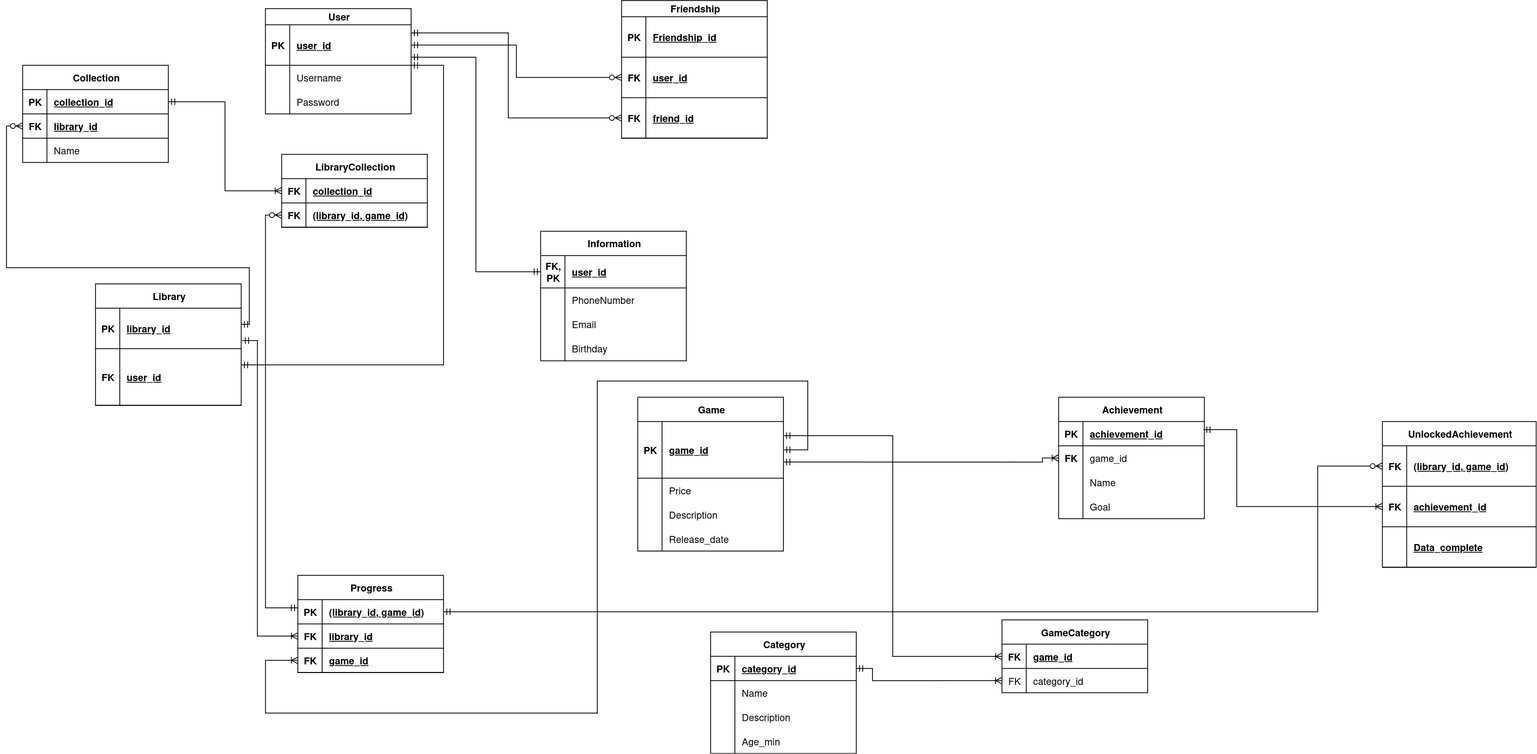
Above: CrowDiagram/ER_crow.png in Tr1ggerbtw/KPI- (draw.io), before the change. Source tidied: cells renumbered, new cells last; positions are measured from the earlier drawing's top-left corner, leaving out a move shared by most shapes.
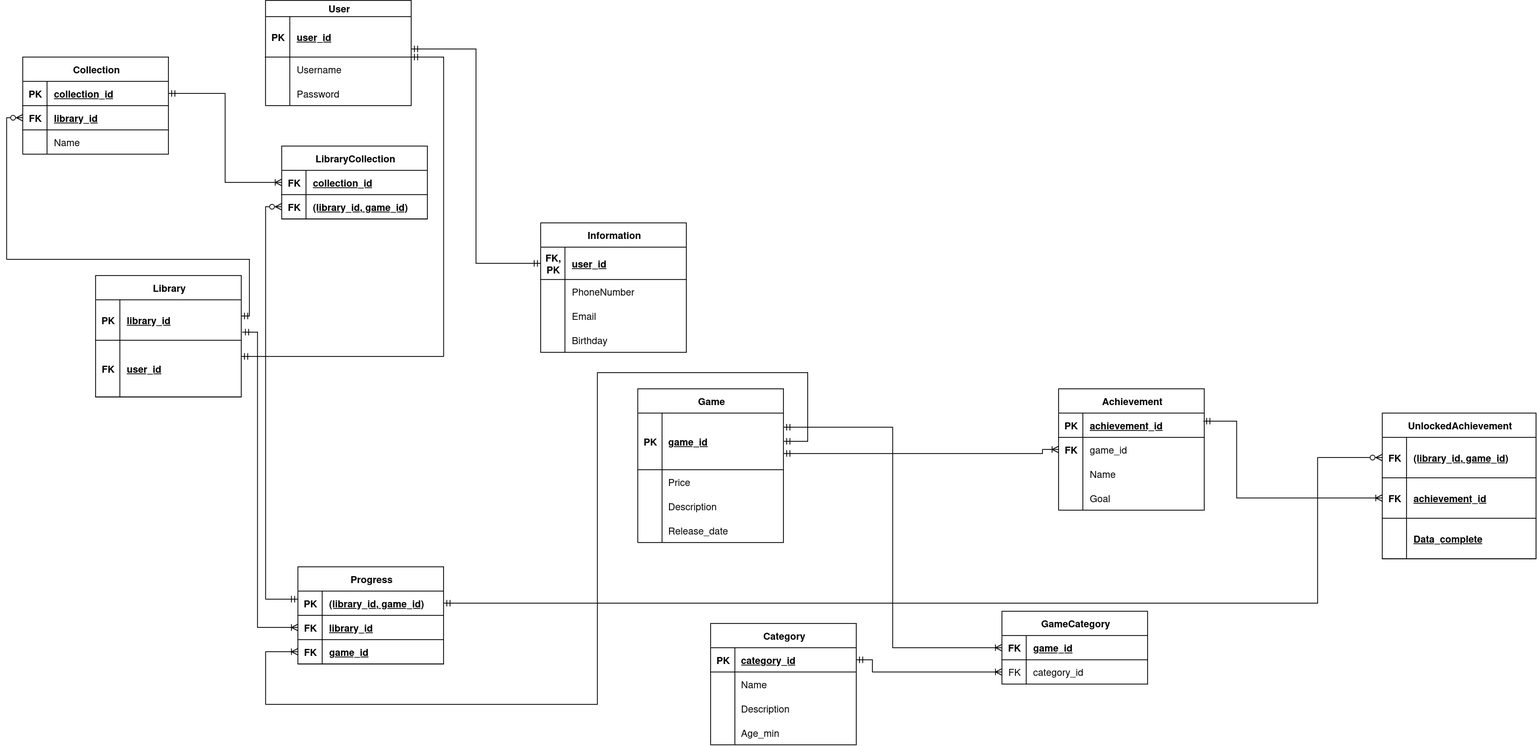
The same file after the commit.

Commit message:
Removed Friendship, since not sure about correctness of realization

What changed in the source:
```diff
@@ -443,46 +443,5 @@
         </Array>
       </mxGeometry>
     </mxCell>
-    <mxCell id="128" value="Friendship" style="shape=table;startSize=20;rowLines=0;fontStyle=1;align=center;html=1;" parent="1" vertex="1">
-      <mxGeometry x="760" width="180" height="170" as="geometry" />
-    </mxCell>
-    <mxCell id="129" style="shape=tableRow;horizontal=0;startSize=0;swimlaneHead=0;swimlaneBody=0;fillColor=none;top=0;left=0;right=0;bottom=1;" parent="128" vertex="1">
-      <mxGeometry y="20" width="180" height="50" as="geometry" />
-    </mxCell>
-    <mxCell id="130" value="PK" style="shape=partialRectangle;fillColor=none;top=0;left=0;bottom=0;right=0;fontStyle=1;overflow=hidden;whiteSpace=wrap;html=1;" parent="129" vertex="1">
-      <mxGeometry width="30" height="50" as="geometry" />
-    </mxCell>
-    <mxCell id="131" value="Friendship_id" style="shape=partialRectangle;fillColor=none;top=0;left=0;bottom=0;right=0;align=left;spacingLeft=6;fontStyle=5;overflow=hidden;whiteSpace=wrap;html=1;" parent="129" vertex="1">
-      <mxGeometry x="30" width="150" height="50" as="geometry" />
-    </mxCell>
-    <mxCell id="132" style="shape=tableRow;horizontal=0;startSize=0;swimlaneHead=0;swimlaneBody=0;fillColor=none;points=[[0,0.5],[1,0.5]];portConstraint=eastwest;top=0;left=0;right=0;bottom=1;" parent="128" vertex="1">
-      <mxGeometry y="70" width="180" height="50" as="geometry" />
-    </mxCell>
-    <mxCell id="133" value="FK" style="shape=partialRectangle;fillColor=none;top=0;left=0;bottom=0;right=0;fontStyle=1;overflow=hidden;whiteSpace=wrap;html=1;" parent="132" vertex="1">
-      <mxGeometry width="30" height="50" as="geometry" />
-    </mxCell>
-    <mxCell id="134" value="user_id" style="shape=partialRectangle;fillColor=none;top=0;left=0;bottom=0;right=0;align=left;spacingLeft=6;fontStyle=5;overflow=hidden;whiteSpace=wrap;html=1;" parent="132" vertex="1">
-      <mxGeometry x="30" width="150" height="50" as="geometry" />
-    </mxCell>
-    <mxCell id="135" style="shape=tableRow;horizontal=0;startSize=0;swimlaneHead=0;swimlaneBody=0;fillColor=none;points=[[0,0.5],[1,0.5]];portConstraint=eastwest;top=0;left=0;right=0;bottom=1;" parent="128" vertex="1">
-      <mxGeometry y="120" width="180" height="50" as="geometry" />
-    </mxCell>
-    <mxCell id="136" value="FK" style="shape=partialRectangle;fillColor=none;top=0;left=0;bottom=0;right=0;fontStyle=1;overflow=hidden;whiteSpace=wrap;html=1;" parent="135" vertex="1">
-      <mxGeometry width="30" height="50" as="geometry" />
-    </mxCell>
-    <mxCell id="137" value="friend_id" style="shape=partialRectangle;fillColor=none;top=0;left=0;bottom=0;right=0;align=left;spacingLeft=6;fontStyle=5;overflow=hidden;whiteSpace=wrap;html=1;" parent="135" vertex="1">
-      <mxGeometry x="30" width="150" height="50" as="geometry" />
-    </mxCell>
-    <mxCell id="138" style="edgeStyle=orthogonalEdgeStyle;rounded=0;jettySize=auto;html=1;entryX=0;entryY=0.5;entryDx=0;entryDy=0;endArrow=ERzeroToMany;endFill=0;startArrow=ERmandOne;startFill=0;" parent="1" edge="1" source="3" target="132">
-      <mxGeometry relative="1" as="geometry" />
-    </mxCell>
-    <mxCell id="139" style="edgeStyle=orthogonalEdgeStyle;rounded=0;jettySize=auto;html=1;entryX=0;entryY=0.5;entryDx=0;entryDy=0;startArrow=ERmandOne;startFill=0;endArrow=ERzeroToMany;endFill=0;" parent="1" edge="1" source="3" target="135">
-      <mxGeometry relative="1" as="geometry">
-        <Array as="points">
-          <mxPoint x="620" y="40" />
-          <mxPoint x="620" y="145" />
-        </Array>
-      </mxGeometry>
-    </mxCell>
   </root>
 </mxGraphModel>
```
